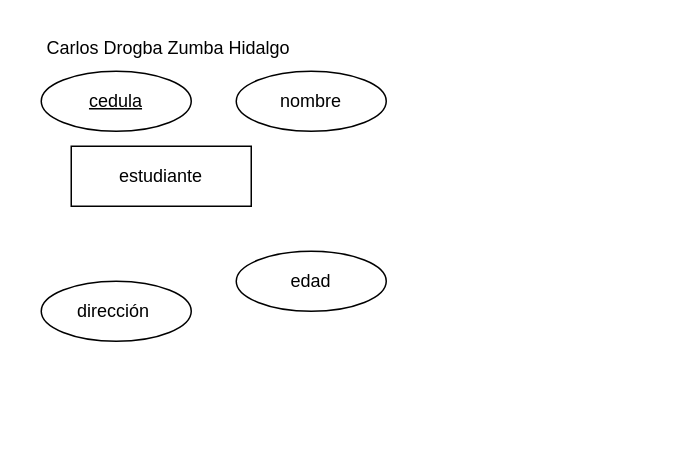
CarlosZumba16/Base-de-Datos-Unidad-1 keeps this draw.io diagram as Ejercicioenclase1.drawio. Above is the earlier version. Source tidied: cells renumbered, new cells numbered last; positions are measured from the earlier drawing's top-left corner, leaving out a move shared by most shapes. Both pictures are drawn from the tidied source at 150%, with x=0, y=0 at pixel (26, 26).
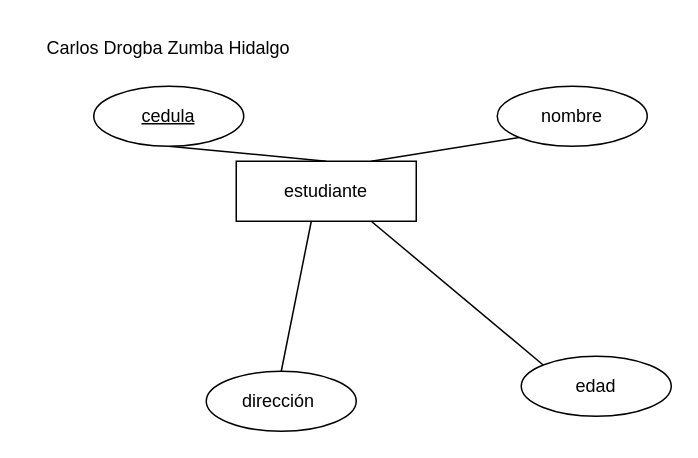
Above is the later version.

Diff of the diagram source:
```diff
@@
 <mxGraphModel>
   <root>
     <mxCell id="0" />
     <mxCell id="1" parent="0" />
     <mxCell id="2" value="Carlos Drogba Zumba Hidalgo" style="text;html=1;whiteSpace=wrap;strokeColor=none;fillColor=none;align=center;verticalAlign=middle;rounded=0;" parent="1" vertex="1">
       <mxGeometry width="190" height="30" as="geometry" />
     </mxCell>
     <mxCell id="3" value="dirección&amp;nbsp;" style="ellipse;whiteSpace=wrap;html=1;align=center;newEdgeStyle={&quot;edgeStyle&quot;:&quot;entityRelationEdgeStyle&quot;,&quot;startArrow&quot;:&quot;none&quot;,&quot;endArrow&quot;:&quot;none&quot;,&quot;segment&quot;:10,&quot;curved&quot;:1,&quot;sourcePerimeterSpacing&quot;:0,&quot;targetPerimeterSpacing&quot;:0};" parent="1" vertex="1">
-      <mxGeometry x="10" y="170" width="100" height="40" as="geometry" />
+      <mxGeometry x="120" y="230" width="100" height="40" as="geometry" />
     </mxCell>
     <mxCell id="4" value="estudiante" style="rounded=0;whiteSpace=wrap;html=1;" parent="1" vertex="1">
-      <mxGeometry x="30" y="80" width="120" height="40" as="geometry" />
+      <mxGeometry x="140" y="90" width="120" height="40" as="geometry" />
     </mxCell>
+    <mxCell id="8" style="rounded=0;jettySize=auto;html=1;startArrow=none;endArrow=none;segment=10;sourcePerimeterSpacing=0;targetPerimeterSpacing=0;exitX=0;exitY=0;exitDx=0;exitDy=0;entryX=0.75;entryY=1;entryDx=0;entryDy=0;" parent="1" edge="1" source="5" target="4">
+      <mxGeometry relative="1" as="geometry" />
+    </mxCell>
     <mxCell id="5" value="edad" style="ellipse;whiteSpace=wrap;html=1;align=center;newEdgeStyle={&quot;edgeStyle&quot;:&quot;entityRelationEdgeStyle&quot;,&quot;startArrow&quot;:&quot;none&quot;,&quot;endArrow&quot;:&quot;none&quot;,&quot;segment&quot;:10,&quot;curved&quot;:1,&quot;sourcePerimeterSpacing&quot;:0,&quot;targetPerimeterSpacing&quot;:0};" parent="1" vertex="1">
-      <mxGeometry x="140" y="150" width="100" height="40" as="geometry" />
+      <mxGeometry x="330" y="220" width="100" height="40" as="geometry" />
     </mxCell>
+    <mxCell id="9" style="rounded=0;jettySize=auto;html=1;startArrow=none;endArrow=none;segment=10;sourcePerimeterSpacing=0;targetPerimeterSpacing=0;exitX=0.5;exitY=1;exitDx=0;exitDy=0;entryX=0.5;entryY=0;entryDx=0;entryDy=0;" parent="1" edge="1" source="6" target="4">
+      <mxGeometry relative="1" as="geometry" />
+    </mxCell>
     <mxCell id="6" value="&lt;u&gt;cedula&lt;/u&gt;" style="ellipse;whiteSpace=wrap;html=1;align=center;newEdgeStyle={&quot;edgeStyle&quot;:&quot;entityRelationEdgeStyle&quot;,&quot;startArrow&quot;:&quot;none&quot;,&quot;endArrow&quot;:&quot;none&quot;,&quot;segment&quot;:10,&quot;curved&quot;:1,&quot;sourcePerimeterSpacing&quot;:0,&quot;targetPerimeterSpacing&quot;:0};" parent="1" vertex="1">
-      <mxGeometry x="10" y="30" width="100" height="40" as="geometry" />
+      <mxGeometry x="45" y="40" width="100" height="40" as="geometry" />
     </mxCell>
+    <mxCell id="10" style="rounded=0;jettySize=auto;html=1;startArrow=none;endArrow=none;segment=10;sourcePerimeterSpacing=0;targetPerimeterSpacing=0;exitX=0;exitY=1;exitDx=0;exitDy=0;entryX=0.75;entryY=0;entryDx=0;entryDy=0;" parent="1" edge="1" source="7" target="4">
+      <mxGeometry relative="1" as="geometry" />
+    </mxCell>
     <mxCell id="7" value="nombre" style="ellipse;whiteSpace=wrap;html=1;align=center;newEdgeStyle={&quot;edgeStyle&quot;:&quot;entityRelationEdgeStyle&quot;,&quot;startArrow&quot;:&quot;none&quot;,&quot;endArrow&quot;:&quot;none&quot;,&quot;segment&quot;:10,&quot;curved&quot;:1,&quot;sourcePerimeterSpacing&quot;:0,&quot;targetPerimeterSpacing&quot;:0};" parent="1" vertex="1">
-      <mxGeometry x="140" y="30" width="100" height="40" as="geometry" />
+      <mxGeometry x="314" y="40" width="100" height="40" as="geometry" />
     </mxCell>
+    <mxCell id="11" style="rounded=0;jettySize=auto;html=1;startArrow=none;endArrow=none;segment=10;sourcePerimeterSpacing=0;targetPerimeterSpacing=0;exitX=0.5;exitY=0;exitDx=0;exitDy=0;entryX=0.417;entryY=1;entryDx=0;entryDy=0;entryPerimeter=0;" parent="1" edge="1" source="3" target="4">
+      <mxGeometry relative="1" as="geometry" />
+    </mxCell>
   </root>
 </mxGraphModel>
```
